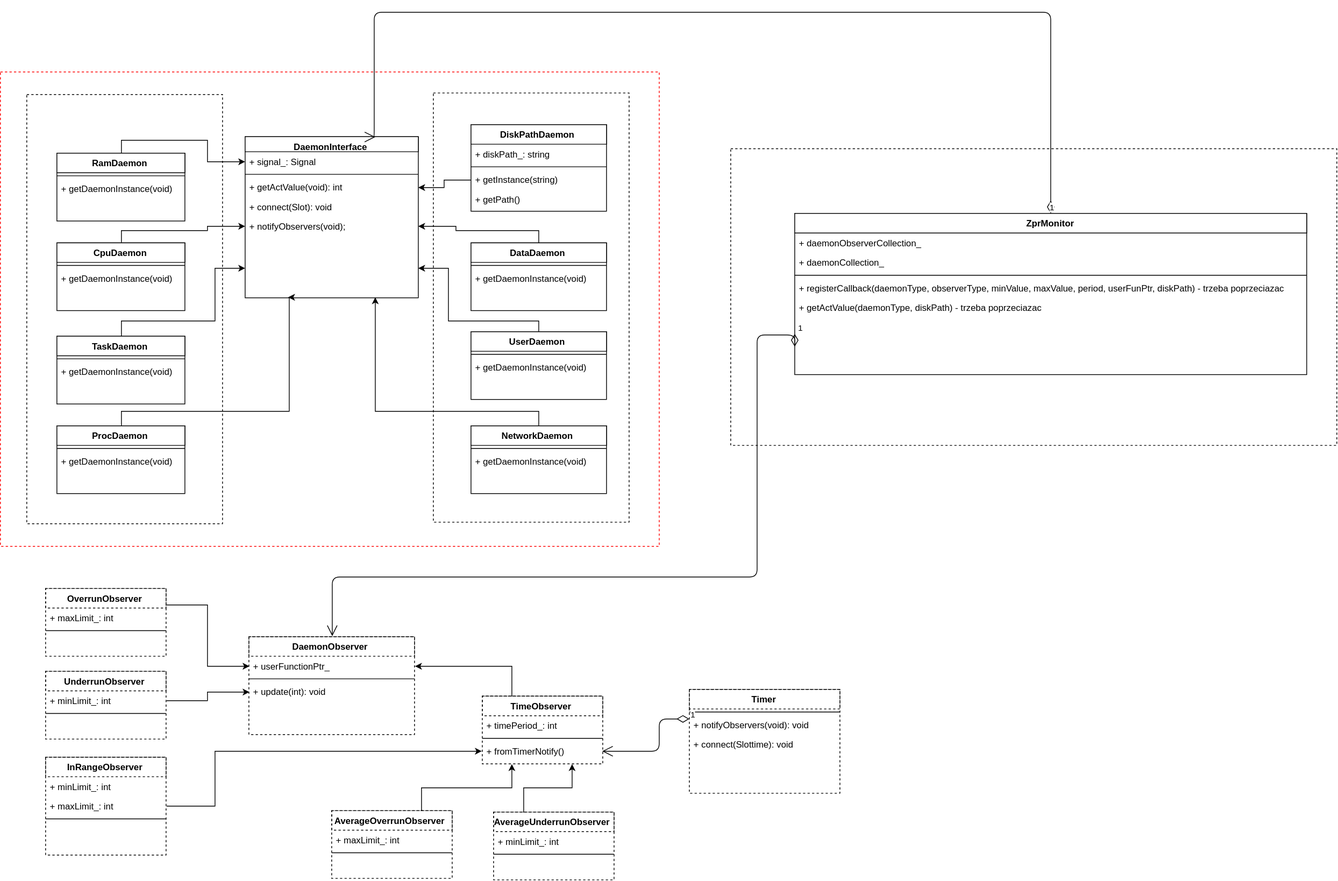
The draw.io diagram ZPRmonitor.svg in chmielny/zprmonitor, before a commit. Source tidied: cells renumbered, new cells last; positions are measured from the earlier drawing's top-left corner, leaving out a move shared by most shapes.
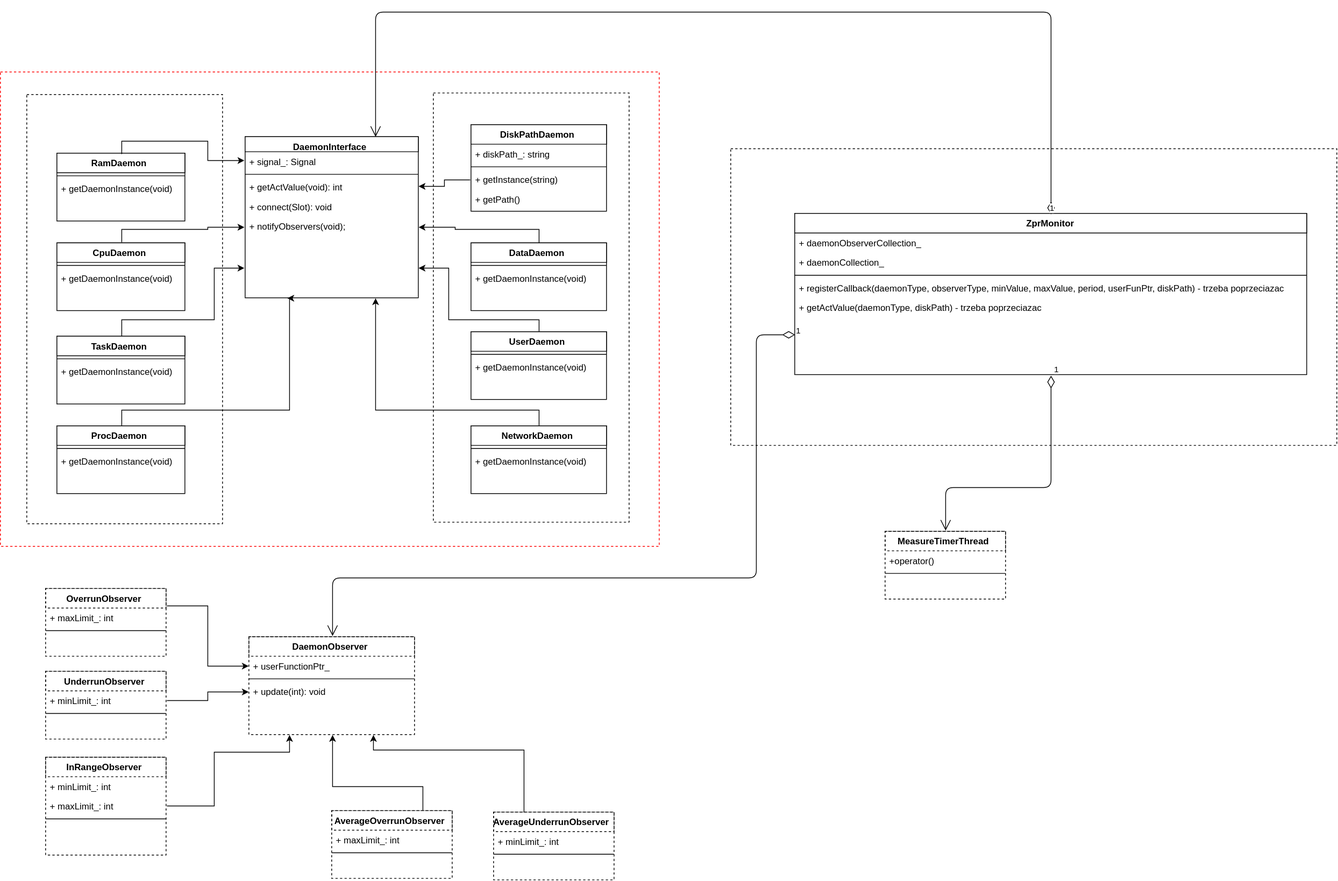
The same file after the commit.

The edit, as a diff of the source:
```diff
@@ -277,67 +277,28 @@
         </Array>
       </mxGeometry>
     </mxCell>
-    <mxCell id="74" style="edgeStyle=orthogonalEdgeStyle;rounded=0;html=1;exitX=1;exitY=0.5;entryX=0;entryY=0.5;jettySize=auto;" parent="1" edge="1" source="67" target="82">
+    <mxCell id="74" style="edgeStyle=orthogonalEdgeStyle;rounded=0;html=1;exitX=1;exitY=0.5;entryX=0.25;entryY=1;jettySize=auto;" parent="1" edge="1" source="67" target="52">
       <mxGeometry relative="1" as="geometry">
         <Array as="points">
-          <mxPoint x="285" y="1054" />
-          <mxPoint x="285" y="981" />
+          <mxPoint x="285" y="1055" />
+          <mxPoint x="285" y="982" />
+          <mxPoint x="385" y="982" />
         </Array>
       </mxGeometry>
     </mxCell>
-    <mxCell id="75" value="Timer" style="swimlane;html=1;fontStyle=1;align=center;verticalAlign=top;horizontal=1;startSize=26;swimlaneFillColor=#ffffff;dashed=1;fillColor=none;" parent="1" vertex="1">
-      <mxGeometry x="915" y="899" width="200" height="138" as="geometry" />
-    </mxCell>
-    <mxCell id="76" style="line;html=1;strokeWidth=1;fillColor=none;align=left;verticalAlign=middle;spacingTop=-1;spacingLeft=3;spacingRight=3;labelPosition=right;" parent="75" vertex="1">
-      <mxGeometry y="26" width="200" height="8" as="geometry" />
-    </mxCell>
-    <mxCell id="77" value="+ notifyObservers(void): void" style="text;html=1;strokeColor=none;fillColor=none;align=left;verticalAlign=top;spacingLeft=4;spacingRight=4;whiteSpace=wrap;overflow=hidden;" parent="75" vertex="1">
-      <mxGeometry y="34" width="200" height="26" as="geometry" />
-    </mxCell>
-    <mxCell id="78" value="+ connect(Slottime): void" style="text;html=1;strokeColor=none;fillColor=none;align=left;verticalAlign=top;spacingLeft=4;spacingRight=4;whiteSpace=wrap;overflow=hidden;" parent="75" vertex="1">
-      <mxGeometry y="60" width="200" height="26" as="geometry" />
-    </mxCell>
-    <mxCell id="79" value="TimeObserver" style="swimlane;html=1;fontStyle=1;align=center;verticalAlign=top;horizontal=1;startSize=26;swimlaneFillColor=#ffffff;dashed=1;fillColor=none;" parent="1" vertex="1">
-      <mxGeometry x="640" y="908" width="160" height="90" as="geometry" />
-    </mxCell>
-    <mxCell id="80" value="+ timePeriod_: int" style="text;html=1;strokeColor=none;fillColor=none;align=left;verticalAlign=top;spacingLeft=4;spacingRight=4;whiteSpace=wrap;overflow=hidden;" parent="79" vertex="1">
-      <mxGeometry y="26" width="160" height="26" as="geometry" />
-    </mxCell>
-    <mxCell id="81" style="line;html=1;strokeWidth=1;fillColor=none;align=left;verticalAlign=middle;spacingTop=-1;spacingLeft=3;spacingRight=3;labelPosition=right;" parent="79" vertex="1">
-      <mxGeometry y="52" width="160" height="8" as="geometry" />
-    </mxCell>
-    <mxCell id="82" value="+ fromTimerNotify()" style="text;html=1;strokeColor=none;fillColor=none;align=left;verticalAlign=top;spacingLeft=4;spacingRight=4;whiteSpace=wrap;overflow=hidden;points=[[0,0.5],[1,0.5]];portConstraint=eastwest;" parent="79" vertex="1">
-      <mxGeometry y="60" width="160" height="26" as="geometry" />
-    </mxCell>
-    <mxCell id="83" value="1" style="endArrow=open;html=1;endSize=12;startArrow=diamondThin;startSize=14;startFill=0;edgeStyle=orthogonalEdgeStyle;align=left;verticalAlign=bottom;entryX=1;entryY=0.5;exitX=0;exitY=0.5;" parent="1" edge="1" target="82">
-      <mxGeometry x="-1" y="3" relative="1" as="geometry">
-        <mxPoint x="914.8" y="937.7" as="sourcePoint" />
-        <Array as="points">
-          <mxPoint x="875" y="938" />
-          <mxPoint x="875" y="981" />
-        </Array>
-      </mxGeometry>
-    </mxCell>
-    <mxCell id="84" style="edgeStyle=orthogonalEdgeStyle;rounded=0;html=1;exitX=0.25;exitY=0;entryX=1;entryY=0.5;jettySize=auto;" parent="1" edge="1" source="79" target="53">
-      <mxGeometry relative="1" as="geometry">
-        <Array as="points">
-          <mxPoint x="680" y="868" />
-        </Array>
-      </mxGeometry>
-    </mxCell>
-    <mxCell id="85" style="edgeStyle=orthogonalEdgeStyle;rounded=0;html=1;exitX=0.75;exitY=0;entryX=0.25;entryY=1;jettySize=auto;" parent="1" edge="1" source="62" target="79">
+    <mxCell id="85" style="edgeStyle=orthogonalEdgeStyle;rounded=0;html=1;exitX=0.75;exitY=0;entryX=0.5;entryY=1;jettySize=auto;" parent="1" edge="1" source="62" target="52">
       <mxGeometry relative="1" as="geometry">
         <Array as="points">
           <mxPoint x="560" y="1029" />
-          <mxPoint x="680" y="1029" />
+          <mxPoint x="440" y="1029" />
         </Array>
       </mxGeometry>
     </mxCell>
-    <mxCell id="86" style="edgeStyle=orthogonalEdgeStyle;rounded=0;html=1;exitX=0.25;exitY=0;entryX=0.75;entryY=1;jettySize=auto;" parent="1" edge="1" source="69" target="79">
+    <mxCell id="86" style="edgeStyle=orthogonalEdgeStyle;rounded=0;html=1;exitX=0.25;exitY=0;entryX=0.75;entryY=1;jettySize=auto;" parent="1" edge="1" source="69" target="52">
       <mxGeometry relative="1" as="geometry">
         <Array as="points">
-          <mxPoint x="695" y="1030" />
-          <mxPoint x="760" y="1030" />
+          <mxPoint x="695" y="979" />
+          <mxPoint x="495" y="979" />
         </Array>
       </mxGeometry>
     </mxCell>
@@ -358,5 +319,22 @@
         </Array>
       </mxGeometry>
     </mxCell>
+    <mxCell id="89" value="MeasureTimerThread" style="swimlane;html=1;fontStyle=1;align=center;verticalAlign=top;horizontal=1;startSize=26;swimlaneFillColor=#ffffff;dashed=1;fillColor=none;" parent="1" vertex="1">
+      <mxGeometry x="1175" y="689" width="160" height="90" as="geometry" />
+    </mxCell>
+    <mxCell id="90" value="+operator()" style="text;html=1;strokeColor=none;fillColor=none;align=left;verticalAlign=top;spacingLeft=4;spacingRight=4;whiteSpace=wrap;overflow=hidden;" parent="89" vertex="1">
+      <mxGeometry y="26" width="160" height="26" as="geometry" />
+    </mxCell>
+    <mxCell id="81" style="line;html=1;strokeWidth=1;fillColor=none;align=left;verticalAlign=middle;spacingTop=-1;spacingLeft=3;spacingRight=3;labelPosition=right;" parent="89" vertex="1">
+      <mxGeometry y="52" width="160" height="8" as="geometry" />
+    </mxCell>
+    <mxCell id="83" value="1" style="endArrow=open;html=1;endSize=12;startArrow=diamondThin;startSize=14;startFill=0;edgeStyle=orthogonalEdgeStyle;align=left;verticalAlign=bottom;exitX=0.5;exitY=1;entryX=0.5;entryY=0;" parent="1" edge="1" source="38" target="89">
+      <mxGeometry x="-1" y="3" relative="1" as="geometry">
+        <Array as="points">
+          <mxPoint x="1395" y="630" />
+          <mxPoint x="1255" y="630" />
+        </Array>
+      </mxGeometry>
+    </mxCell>
   </root>
 </mxGraphModel>
```
